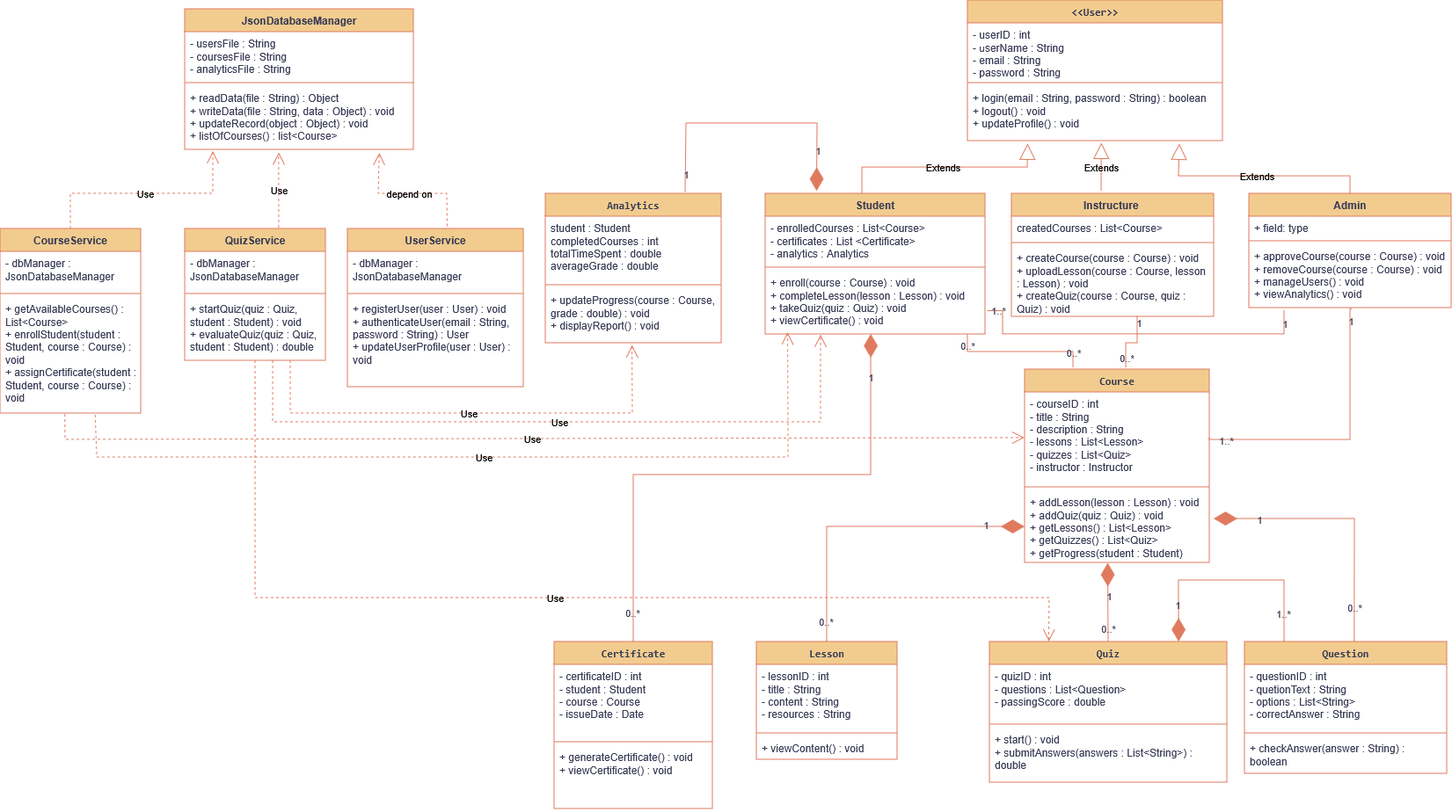
Earlier version of the draw.io export exports/class.drawio.png (Mohamed-Bahig/SkillForge-UML-Design). Source tidied: cells renumbered, new cells last; positions are measured from the earlier drawing's top-left corner, leaving out a move shared by most shapes.
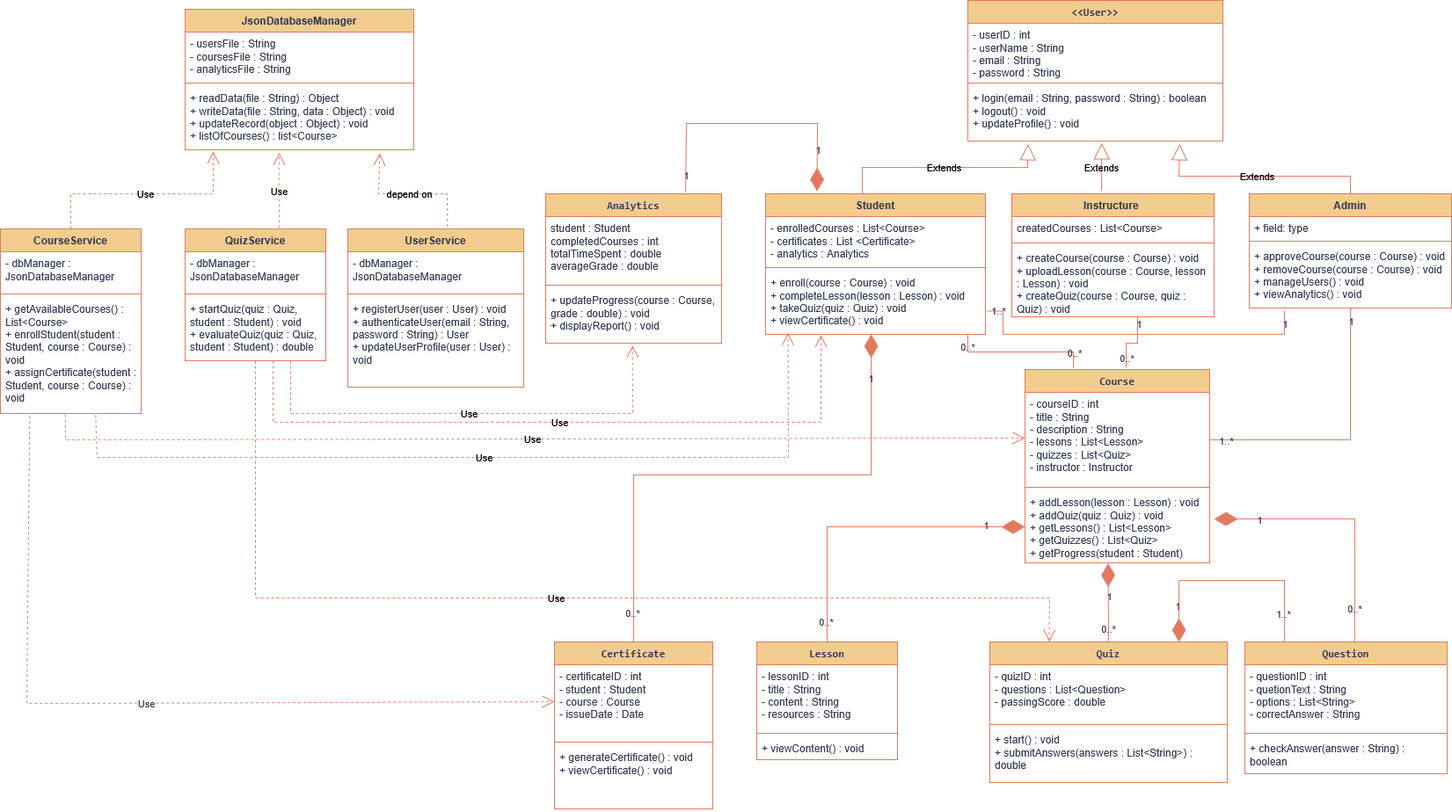
The same diagram one commit later.

The edit, as a diff of the source:
```diff
@@ -388,5 +388,12 @@
     <mxCell id="98" value="1..*" style="edgeLabel;html=1;align=center;verticalAlign=middle;labelBackgroundColor=none;fontColor=#393C56;" parent="96" vertex="1">
       <mxGeometry x="-0.94" y="1" relative="1" as="geometry" />
     </mxCell>
+    <mxCell id="99" value="Use" style="endArrow=open;endSize=12;dashed=1;html=1;rounded=0;strokeColor=#E07A5F;fontColor=#393C56;fillColor=#F2CC8F;exitX=0.208;exitY=1.02;exitDx=0;exitDy=0;exitPerimeter=0;entryX=0;entryY=0.5;entryDx=0;entryDy=0;" parent="1" edge="1" source="62" target="35">
+      <mxGeometry relative="1" as="geometry">
+        <Array as="points">
+          <mxPoint x="30" y="800" />
+        </Array>
+      </mxGeometry>
+    </mxCell>
   </root>
 </mxGraphModel>
```
